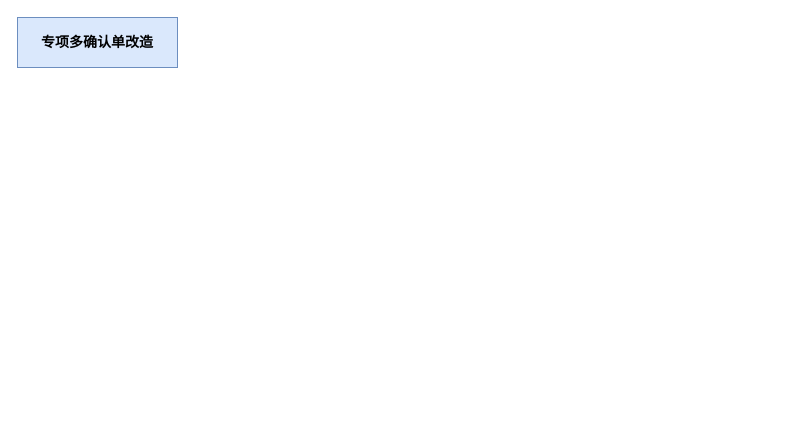
YinggangDong/diagrams keeps this draw.io diagram as project/smcp/special/multi_confirmation.drawio. Above is the earlier version. Source tidied: cells renumbered, new cells numbered last; positions are measured from the earlier drawing's top-left corner, leaving out a move shared by most shapes. Both pictures are drawn from the tidied source at 100%, with x=0, y=0 at pixel (17, 17).
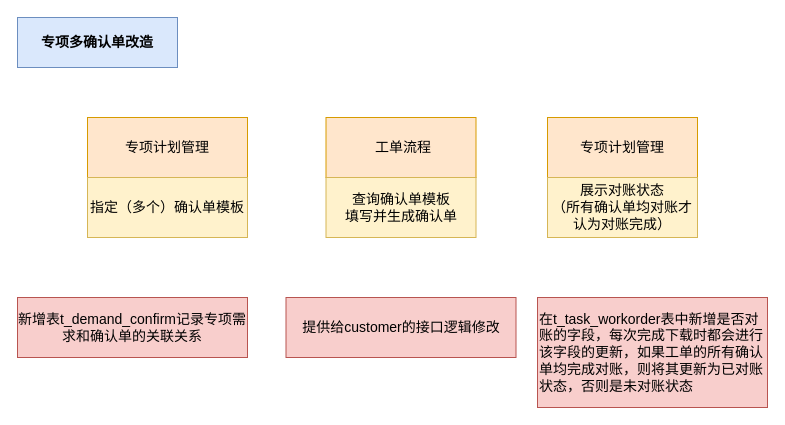
After the change.

Change to the diagram source:
```diff
@@
 <mxGraphModel>
   <root>
     <mxCell id="0" />
     <mxCell id="1" parent="0" />
-    <mxCell id="2" value="专项多确认单改造" style="rounded=0;whiteSpace=wrap;html=1;fillColor=#dae8fc;strokeColor=#6c8ebf;fontStyle=1;fontSize=14;" parent="1" vertex="1">
+    <mxCell id="2" value="专项多确认单改造" style="rounded=0;whiteSpace=wrap;html=1;fillColor=#dae8fc;strokeColor=#6c8ebf;fontStyle=1;fontSize=14;sketch=0;shadow=0;" parent="1" vertex="1">
       <mxGeometry width="160" height="50" as="geometry" />
     </mxCell>
+    <mxCell id="3" value="专项计划管理&lt;br&gt;" style="rounded=0;whiteSpace=wrap;html=1;fontSize=14;shadow=0;sketch=0;fillColor=#ffe6cc;strokeColor=#d79b00;" parent="1" vertex="1">
+      <mxGeometry x="70" y="100" width="160" height="60" as="geometry" />
+    </mxCell>
+    <mxCell id="4" value="&lt;span&gt;指定（多个）确认单模板&lt;/span&gt;" style="rounded=0;whiteSpace=wrap;html=1;shadow=0;sketch=0;fontSize=14;fillColor=#fff2cc;strokeColor=#d6b656;" parent="1" vertex="1">
+      <mxGeometry x="70" y="160" width="160" height="60" as="geometry" />
+    </mxCell>
+    <mxCell id="5" value="&amp;nbsp;工单流程" style="rounded=0;whiteSpace=wrap;html=1;fontSize=14;shadow=0;sketch=0;fillColor=#ffe6cc;strokeColor=#d79b00;" parent="1" vertex="1">
+      <mxGeometry x="308.5" y="100" width="150" height="60" as="geometry" />
+    </mxCell>
+    <mxCell id="6" value="&lt;span&gt;查询确认单模板&lt;br&gt;填写并生成确认单&lt;/span&gt;" style="rounded=0;whiteSpace=wrap;html=1;shadow=0;sketch=0;fontSize=14;fillColor=#fff2cc;strokeColor=#d6b656;" parent="1" vertex="1">
+      <mxGeometry x="308.5" y="160" width="150" height="60" as="geometry" />
+    </mxCell>
+    <mxCell id="7" value="专项计划管理" style="rounded=0;whiteSpace=wrap;html=1;fontSize=14;shadow=0;sketch=0;fillColor=#ffe6cc;strokeColor=#d79b00;" parent="1" vertex="1">
+      <mxGeometry x="530" y="100" width="150" height="60" as="geometry" />
+    </mxCell>
+    <mxCell id="8" value="&lt;span&gt;展示对账状态&lt;br&gt;（所有确认单均对账才认为对账完成）&lt;br&gt;&lt;/span&gt;" style="rounded=0;whiteSpace=wrap;html=1;shadow=0;sketch=0;fontSize=14;fillColor=#fff2cc;strokeColor=#d6b656;" parent="1" vertex="1">
+      <mxGeometry x="530" y="160" width="150" height="60" as="geometry" />
+    </mxCell>
+    <mxCell id="9" value="新增表t_demand_confirm记录专项需求和确认单的关联关系" style="rounded=0;whiteSpace=wrap;html=1;shadow=0;sketch=0;fontSize=14;fillColor=#f8cecc;strokeColor=#b85450;" parent="1" vertex="1">
+      <mxGeometry y="280" width="230" height="60" as="geometry" />
+    </mxCell>
+    <mxCell id="10" value="提供给customer的接口逻辑修改" style="rounded=0;whiteSpace=wrap;html=1;shadow=0;sketch=0;fontSize=14;fillColor=#f8cecc;strokeColor=#b85450;" parent="1" vertex="1">
+      <mxGeometry x="268.5" y="280" width="230" height="60" as="geometry" />
+    </mxCell>
+    <mxCell id="11" value="在t_task_workorder表中新增是否对账的字段，每次完成下载时都会进行该字段的更新，如果工单的所有确认单均完成对账，则将其更新为已对账状态，否则是未对账状态" style="rounded=0;whiteSpace=wrap;html=1;shadow=0;sketch=0;fontSize=14;fillColor=#f8cecc;strokeColor=#b85450;align=left;" parent="1" vertex="1">
+      <mxGeometry x="520" y="280" width="230" height="110" as="geometry" />
+    </mxCell>
   </root>
 </mxGraphModel>
```
